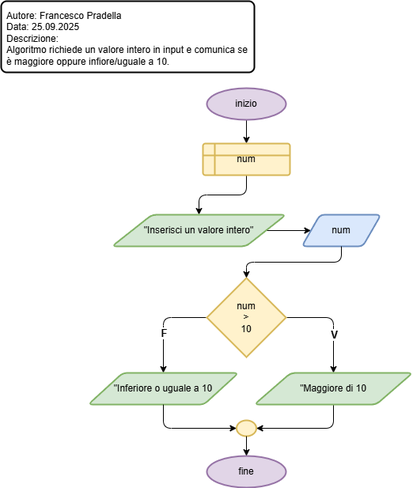
Above: AS_2025_2026/3IA/UD 1 - Flowchart/e3.drawio.png in CescoP81/GalileiOstiglia (draw.io), before the change. Source tidied: cells renumbered, new cells last; positions are measured from the earlier drawing's top-left corner, leaving out a move shared by most shapes. Source of this version:
```xml
<mxGraphModel background="#FFFFFF">
  <root>
    <mxCell id="0" />
    <mxCell id="1" parent="0" />
    <mxCell id="2" value="Autore: Francesco Pradella&lt;div&gt;Data: 25.09.2025&lt;/div&gt;&lt;div&gt;Descrizione:&lt;/div&gt;&lt;div&gt;Algoritmo richiede un valore intero in input e comunica se è maggiore oppure infiore/uguale a 10.&lt;/div&gt;" style="rounded=1;whiteSpace=wrap;html=1;absoluteArcSize=1;arcSize=14;strokeWidth=2;align=left;verticalAlign=top;spacingTop=5;spacingLeft=5;spacingBottom=5;spacingRight=5;" parent="1" vertex="1">
      <mxGeometry width="320" height="90" as="geometry" />
    </mxCell>
    <mxCell id="3" style="edgeStyle=none;html=1;entryX=0.5;entryY=0;entryDx=0;entryDy=0;" parent="1" edge="1" source="4" target="6">
      <mxGeometry relative="1" as="geometry" />
    </mxCell>
    <mxCell id="4" value="inizio" style="strokeWidth=2;html=1;shape=mxgraph.flowchart.start_1;whiteSpace=wrap;fillColor=#e1d5e7;strokeColor=#9673a6;" parent="1" vertex="1">
      <mxGeometry x="260" y="110" width="100" height="40" as="geometry" />
    </mxCell>
    <mxCell id="5" style="edgeStyle=orthogonalEdgeStyle;html=1;exitX=0.5;exitY=1;exitDx=0;exitDy=0;entryX=0.5;entryY=0;entryDx=0;entryDy=0;" parent="1" edge="1" source="6" target="8">
      <mxGeometry relative="1" as="geometry" />
    </mxCell>
    <mxCell id="6" value="num" style="shape=internalStorage;whiteSpace=wrap;html=1;dx=15;dy=15;rounded=1;arcSize=8;strokeWidth=2;fillColor=#fff2cc;strokeColor=#d6b656;" parent="1" vertex="1">
      <mxGeometry x="255" y="180" width="110" height="40" as="geometry" />
    </mxCell>
    <mxCell id="7" style="edgeStyle=none;html=1;exitX=1;exitY=0.5;exitDx=0;exitDy=0;entryX=0;entryY=0.5;entryDx=0;entryDy=0;" parent="1" edge="1" source="8" target="9">
      <mxGeometry relative="1" as="geometry" />
    </mxCell>
    <mxCell id="8" value="&quot;Inserisci un valore intero&quot;" style="shape=parallelogram;html=1;strokeWidth=2;perimeter=parallelogramPerimeter;whiteSpace=wrap;rounded=1;arcSize=12;size=0.23;fillColor=#d5e8d4;strokeColor=#82b366;" parent="1" vertex="1">
      <mxGeometry x="140" y="270" width="220" height="40" as="geometry" />
    </mxCell>
    <mxCell id="9" value="num" style="shape=parallelogram;html=1;strokeWidth=2;perimeter=parallelogramPerimeter;whiteSpace=wrap;rounded=1;arcSize=12;size=0.23;fillColor=#dae8fc;strokeColor=#6c8ebf;" parent="1" vertex="1">
      <mxGeometry x="380" y="270" width="100" height="40" as="geometry" />
    </mxCell>
    <mxCell id="10" style="edgeStyle=orthogonalEdgeStyle;html=1;entryX=0.5;entryY=0;entryDx=0;entryDy=0;exitX=1;exitY=0.5;exitDx=0;exitDy=0;exitPerimeter=0;" parent="1" edge="1" source="14" target="17">
      <mxGeometry relative="1" as="geometry" />
    </mxCell>
    <mxCell id="11" value="&lt;b&gt;&lt;font style=&quot;font-size: 13px;&quot;&gt;V&lt;/font&gt;&lt;/b&gt;" style="edgeLabel;html=1;align=center;verticalAlign=middle;" parent="10" vertex="1">
      <mxGeometry x="0.24" relative="1" as="geometry" />
    </mxCell>
    <mxCell id="12" style="edgeStyle=orthogonalEdgeStyle;html=1;entryX=0.5;entryY=0;entryDx=0;entryDy=0;exitX=0;exitY=0.5;exitDx=0;exitDy=0;exitPerimeter=0;" parent="1" edge="1" source="14" target="18">
      <mxGeometry relative="1" as="geometry" />
    </mxCell>
    <mxCell id="13" value="&lt;b&gt;&lt;font style=&quot;font-size: 13px;&quot;&gt;F&lt;/font&gt;&lt;/b&gt;" style="edgeLabel;html=1;align=center;verticalAlign=middle;" parent="12" vertex="1">
      <mxGeometry x="0.18" relative="1" as="geometry" />
    </mxCell>
    <mxCell id="14" value="num&lt;div&gt;&amp;gt;&lt;/div&gt;&lt;div&gt;10&lt;/div&gt;" style="strokeWidth=2;html=1;shape=mxgraph.flowchart.decision;whiteSpace=wrap;fillColor=#fff2cc;strokeColor=#d6b656;" parent="1" vertex="1">
      <mxGeometry x="260" y="350" width="100" height="100" as="geometry" />
    </mxCell>
    <mxCell id="15" style="edgeStyle=orthogonalEdgeStyle;html=1;exitX=0.5;exitY=1;exitDx=0;exitDy=0;entryX=0.5;entryY=0;entryDx=0;entryDy=0;entryPerimeter=0;" parent="1" edge="1" source="9" target="14">
      <mxGeometry relative="1" as="geometry" />
    </mxCell>
    <mxCell id="16" style="edgeStyle=orthogonalEdgeStyle;html=1;exitX=0.5;exitY=1;exitDx=0;exitDy=0;entryX=1;entryY=0.5;entryDx=0;entryDy=0;entryPerimeter=0;" parent="1" edge="1" source="17" target="21">
      <mxGeometry relative="1" as="geometry" />
    </mxCell>
    <mxCell id="17" value="&quot;Maggiore di 10" style="shape=parallelogram;html=1;strokeWidth=2;perimeter=parallelogramPerimeter;whiteSpace=wrap;rounded=1;arcSize=12;size=0.23;fillColor=#d5e8d4;strokeColor=#82b366;" parent="1" vertex="1">
      <mxGeometry x="320" y="470" width="200" height="40" as="geometry" />
    </mxCell>
    <mxCell id="18" value="&quot;Inferiore o uguale a 10" style="shape=parallelogram;html=1;strokeWidth=2;perimeter=parallelogramPerimeter;whiteSpace=wrap;rounded=1;arcSize=12;size=0.23;fillColor=#d5e8d4;strokeColor=#82b366;" parent="1" vertex="1">
      <mxGeometry x="110" y="470" width="190" height="40" as="geometry" />
    </mxCell>
    <mxCell id="19" value="fine" style="strokeWidth=2;html=1;shape=mxgraph.flowchart.start_1;whiteSpace=wrap;fillColor=#e1d5e7;strokeColor=#9673a6;" parent="1" vertex="1">
      <mxGeometry x="260" y="575" width="100" height="40" as="geometry" />
    </mxCell>
    <mxCell id="20" style="edgeStyle=orthogonalEdgeStyle;html=1;exitX=0.5;exitY=1;exitDx=0;exitDy=0;entryX=0;entryY=0.5;entryDx=0;entryDy=0;entryPerimeter=0;" parent="1" edge="1" source="18" target="21">
      <mxGeometry relative="1" as="geometry" />
    </mxCell>
    <mxCell id="21" style="strokeWidth=2;html=1;shape=mxgraph.flowchart.start_2;whiteSpace=wrap;fillColor=#fff2cc;strokeColor=#d6b656;" parent="1" vertex="1">
      <mxGeometry x="297.5" y="530" width="25" height="20" as="geometry" />
    </mxCell>
    <mxCell id="22" style="edgeStyle=none;html=1;entryX=0.5;entryY=0;entryDx=0;entryDy=0;entryPerimeter=0;" parent="1" edge="1" source="21" target="19">
      <mxGeometry relative="1" as="geometry" />
    </mxCell>
  </root>
</mxGraphModel>
```
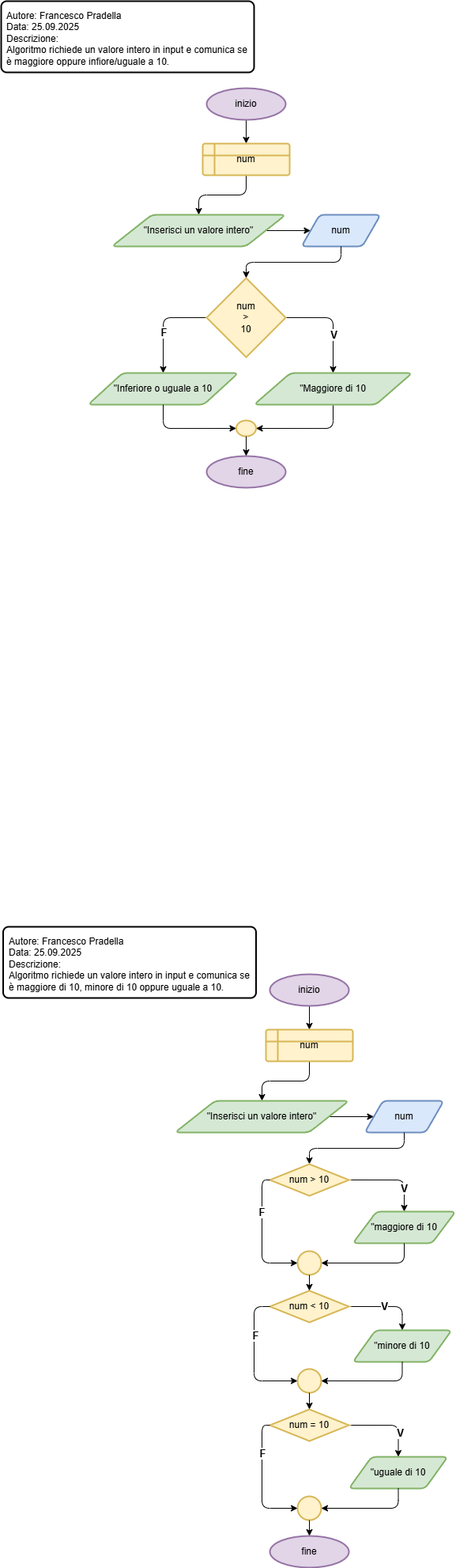
After the change.

Change to the diagram source:
```diff
@@ -65,5 +65,121 @@
     <mxCell id="22" style="edgeStyle=none;html=1;entryX=0.5;entryY=0;entryDx=0;entryDy=0;entryPerimeter=0;" parent="1" edge="1" source="21" target="19">
       <mxGeometry relative="1" as="geometry" />
     </mxCell>
+    <mxCell id="23" value="Autore: Francesco Pradella&lt;div&gt;Data: 25.09.2025&lt;/div&gt;&lt;div&gt;Descrizione:&lt;/div&gt;&lt;div&gt;Algoritmo richiede un valore intero in input e comunica se è maggiore di 10, minore di 10 oppure uguale a 10.&lt;/div&gt;" style="rounded=1;whiteSpace=wrap;html=1;absoluteArcSize=1;arcSize=14;strokeWidth=2;align=left;verticalAlign=top;spacingTop=5;spacingLeft=5;spacingBottom=5;spacingRight=5;" parent="1" vertex="1">
+      <mxGeometry x="2.5" y="1170" width="320" height="90" as="geometry" />
+    </mxCell>
+    <mxCell id="24" style="edgeStyle=none;html=1;entryX=0.5;entryY=0;entryDx=0;entryDy=0;" parent="1" edge="1" source="25" target="27">
+      <mxGeometry relative="1" as="geometry" />
+    </mxCell>
+    <mxCell id="25" value="inizio" style="strokeWidth=2;html=1;shape=mxgraph.flowchart.start_1;whiteSpace=wrap;fillColor=#e1d5e7;strokeColor=#9673a6;" parent="1" vertex="1">
+      <mxGeometry x="340" y="1230" width="100" height="40" as="geometry" />
+    </mxCell>
+    <mxCell id="26" style="edgeStyle=orthogonalEdgeStyle;html=1;exitX=0.5;exitY=1;exitDx=0;exitDy=0;entryX=0.5;entryY=0;entryDx=0;entryDy=0;" parent="1" edge="1" source="27" target="29">
+      <mxGeometry relative="1" as="geometry" />
+    </mxCell>
+    <mxCell id="27" value="num" style="shape=internalStorage;whiteSpace=wrap;html=1;dx=15;dy=15;rounded=1;arcSize=8;strokeWidth=2;fillColor=#fff2cc;strokeColor=#d6b656;" parent="1" vertex="1">
+      <mxGeometry x="335" y="1300" width="110" height="40" as="geometry" />
+    </mxCell>
+    <mxCell id="28" style="edgeStyle=none;html=1;exitX=1;exitY=0.5;exitDx=0;exitDy=0;entryX=0;entryY=0.5;entryDx=0;entryDy=0;" parent="1" edge="1" source="29" target="30">
+      <mxGeometry relative="1" as="geometry" />
+    </mxCell>
+    <mxCell id="29" value="&quot;Inserisci un valore intero&quot;" style="shape=parallelogram;html=1;strokeWidth=2;perimeter=parallelogramPerimeter;whiteSpace=wrap;rounded=1;arcSize=12;size=0.23;fillColor=#d5e8d4;strokeColor=#82b366;" parent="1" vertex="1">
+      <mxGeometry x="220" y="1390" width="220" height="40" as="geometry" />
+    </mxCell>
+    <mxCell id="30" value="num" style="shape=parallelogram;html=1;strokeWidth=2;perimeter=parallelogramPerimeter;whiteSpace=wrap;rounded=1;arcSize=12;size=0.23;fillColor=#dae8fc;strokeColor=#6c8ebf;" parent="1" vertex="1">
+      <mxGeometry x="460" y="1390" width="100" height="40" as="geometry" />
+    </mxCell>
+    <mxCell id="31" style="edgeStyle=orthogonalEdgeStyle;html=1;exitX=0.5;exitY=1;exitDx=0;exitDy=0;entryX=0.5;entryY=0;entryDx=0;entryDy=0;entryPerimeter=0;" parent="1" edge="1" source="30" target="34">
+      <mxGeometry relative="1" as="geometry" />
+    </mxCell>
+    <mxCell id="32" style="edgeStyle=orthogonalEdgeStyle;html=1;exitX=1;exitY=0.5;exitDx=0;exitDy=0;exitPerimeter=0;entryX=0.5;entryY=0;entryDx=0;entryDy=0;" parent="1" edge="1" source="34" target="35">
+      <mxGeometry relative="1" as="geometry" />
+    </mxCell>
+    <mxCell id="33" value="&lt;b&gt;&lt;font style=&quot;font-size: 13px;&quot;&gt;V&lt;/font&gt;&lt;/b&gt;" style="edgeLabel;html=1;align=center;verticalAlign=middle;" parent="32" vertex="1">
+      <mxGeometry x="0.47" y="-1" relative="1" as="geometry" />
+    </mxCell>
+    <mxCell id="34" value="num &amp;gt; 10" style="strokeWidth=2;html=1;shape=mxgraph.flowchart.decision;whiteSpace=wrap;fillColor=#fff2cc;strokeColor=#d6b656;" parent="1" vertex="1">
+      <mxGeometry x="340" y="1470" width="100" height="40" as="geometry" />
+    </mxCell>
+    <mxCell id="35" value="&quot;maggiore di 10" style="shape=parallelogram;html=1;strokeWidth=2;perimeter=parallelogramPerimeter;whiteSpace=wrap;rounded=1;arcSize=12;size=0.23;fillColor=#d5e8d4;strokeColor=#82b366;" parent="1" vertex="1">
+      <mxGeometry x="445" y="1530" width="130" height="40" as="geometry" />
+    </mxCell>
+    <mxCell id="36" style="strokeWidth=2;html=1;shape=mxgraph.flowchart.start_2;whiteSpace=wrap;fillColor=#fff2cc;strokeColor=#d6b656;" parent="1" vertex="1">
+      <mxGeometry x="375" y="1580" width="30" height="30" as="geometry" />
+    </mxCell>
+    <mxCell id="37" style="edgeStyle=orthogonalEdgeStyle;html=1;entryX=1;entryY=0.5;entryDx=0;entryDy=0;entryPerimeter=0;exitX=0.5;exitY=1;exitDx=0;exitDy=0;" parent="1" edge="1" source="35" target="36">
+      <mxGeometry relative="1" as="geometry" />
+    </mxCell>
+    <mxCell id="38" style="edgeStyle=orthogonalEdgeStyle;html=1;entryX=0;entryY=0.5;entryDx=0;entryDy=0;entryPerimeter=0;exitX=0;exitY=0.5;exitDx=0;exitDy=0;exitPerimeter=0;" parent="1" edge="1" source="34" target="36">
+      <mxGeometry relative="1" as="geometry" />
+    </mxCell>
+    <mxCell id="39" value="&lt;b&gt;&lt;font style=&quot;font-size: 13px;&quot;&gt;F&lt;/font&gt;&lt;/b&gt;" style="edgeLabel;html=1;align=center;verticalAlign=middle;" parent="38" vertex="1">
+      <mxGeometry x="-0.37" y="-1" relative="1" as="geometry" />
+    </mxCell>
+    <mxCell id="40" style="edgeStyle=orthogonalEdgeStyle;html=1;entryX=0.5;entryY=0;entryDx=0;entryDy=0;exitX=1;exitY=0.5;exitDx=0;exitDy=0;exitPerimeter=0;" parent="1" edge="1" source="42" target="44">
+      <mxGeometry relative="1" as="geometry" />
+    </mxCell>
+    <mxCell id="41" value="&lt;font style=&quot;font-size: 13px;&quot;&gt;&lt;b&gt;V&lt;/b&gt;&lt;/font&gt;" style="edgeLabel;html=1;align=center;verticalAlign=middle;" parent="40" vertex="1">
+      <mxGeometry x="-0.11" y="1" relative="1" as="geometry" />
+    </mxCell>
+    <mxCell id="42" value="num &amp;lt; 10" style="strokeWidth=2;html=1;shape=mxgraph.flowchart.decision;whiteSpace=wrap;fillColor=#fff2cc;strokeColor=#d6b656;" parent="1" vertex="1">
+      <mxGeometry x="340" y="1630" width="100" height="40" as="geometry" />
+    </mxCell>
+    <mxCell id="43" style="edgeStyle=none;html=1;exitX=0.5;exitY=1;exitDx=0;exitDy=0;exitPerimeter=0;entryX=0.5;entryY=0;entryDx=0;entryDy=0;entryPerimeter=0;" parent="1" edge="1" source="36" target="42">
+      <mxGeometry relative="1" as="geometry" />
+    </mxCell>
+    <mxCell id="44" value="&quot;minore di 10" style="shape=parallelogram;html=1;strokeWidth=2;perimeter=parallelogramPerimeter;whiteSpace=wrap;rounded=1;arcSize=12;size=0.23;fillColor=#d5e8d4;strokeColor=#82b366;" parent="1" vertex="1">
+      <mxGeometry x="445" y="1680" width="125" height="40" as="geometry" />
+    </mxCell>
+    <mxCell id="45" style="strokeWidth=2;html=1;shape=mxgraph.flowchart.start_2;whiteSpace=wrap;fillColor=#fff2cc;strokeColor=#d6b656;" parent="1" vertex="1">
+      <mxGeometry x="375" y="1729" width="30" height="30" as="geometry" />
+    </mxCell>
+    <mxCell id="46" style="edgeStyle=orthogonalEdgeStyle;html=1;exitX=0.5;exitY=1;exitDx=0;exitDy=0;entryX=1;entryY=0.5;entryDx=0;entryDy=0;entryPerimeter=0;" parent="1" edge="1" source="44" target="45">
+      <mxGeometry relative="1" as="geometry" />
+    </mxCell>
+    <mxCell id="47" style="edgeStyle=orthogonalEdgeStyle;html=1;entryX=0;entryY=0.5;entryDx=0;entryDy=0;entryPerimeter=0;exitX=0;exitY=0.5;exitDx=0;exitDy=0;exitPerimeter=0;" parent="1" edge="1" source="42" target="45">
+      <mxGeometry relative="1" as="geometry">
+        <Array as="points">
+          <mxPoint x="320" y="1650" />
+          <mxPoint x="320" y="1744" />
+        </Array>
+      </mxGeometry>
+    </mxCell>
+    <mxCell id="48" value="&lt;font style=&quot;font-size: 13px;&quot;&gt;&lt;b&gt;F&lt;/b&gt;&lt;/font&gt;" style="edgeLabel;html=1;align=center;verticalAlign=middle;" parent="47" vertex="1">
+      <mxGeometry x="-0.34" y="1" relative="1" as="geometry" />
+    </mxCell>
+    <mxCell id="49" style="edgeStyle=orthogonalEdgeStyle;html=1;entryX=0.5;entryY=0;entryDx=0;entryDy=0;exitX=1;exitY=0.5;exitDx=0;exitDy=0;exitPerimeter=0;" parent="1" edge="1" source="51" target="53">
+      <mxGeometry relative="1" as="geometry" />
+    </mxCell>
+    <mxCell id="50" value="&lt;font style=&quot;font-size: 13px;&quot;&gt;&lt;b&gt;V&lt;/b&gt;&lt;/font&gt;" style="edgeLabel;html=1;align=center;verticalAlign=middle;" parent="49" vertex="1">
+      <mxGeometry x="0.42" y="2" relative="1" as="geometry" />
+    </mxCell>
+    <mxCell id="51" value="num = 10" style="strokeWidth=2;html=1;shape=mxgraph.flowchart.decision;whiteSpace=wrap;fillColor=#fff2cc;strokeColor=#d6b656;" parent="1" vertex="1">
+      <mxGeometry x="340" y="1780" width="100" height="40" as="geometry" />
+    </mxCell>
+    <mxCell id="52" style="edgeStyle=none;html=1;exitX=0.5;exitY=1;exitDx=0;exitDy=0;exitPerimeter=0;entryX=0.5;entryY=0;entryDx=0;entryDy=0;entryPerimeter=0;" parent="1" edge="1" source="45" target="51">
+      <mxGeometry relative="1" as="geometry" />
+    </mxCell>
+    <mxCell id="53" value="&quot;uguale di 10" style="shape=parallelogram;html=1;strokeWidth=2;perimeter=parallelogramPerimeter;whiteSpace=wrap;rounded=1;arcSize=12;size=0.23;fillColor=#d5e8d4;strokeColor=#82b366;" parent="1" vertex="1">
+      <mxGeometry x="440" y="1840" width="125" height="40" as="geometry" />
+    </mxCell>
+    <mxCell id="54" style="strokeWidth=2;html=1;shape=mxgraph.flowchart.start_2;whiteSpace=wrap;fillColor=#fff2cc;strokeColor=#d6b656;" parent="1" vertex="1">
+      <mxGeometry x="375" y="1890" width="30" height="30" as="geometry" />
+    </mxCell>
+    <mxCell id="55" style="edgeStyle=orthogonalEdgeStyle;html=1;exitX=0.5;exitY=1;exitDx=0;exitDy=0;entryX=1;entryY=0.5;entryDx=0;entryDy=0;entryPerimeter=0;" parent="1" edge="1" source="53" target="54">
+      <mxGeometry relative="1" as="geometry" />
+    </mxCell>
+    <mxCell id="56" style="edgeStyle=orthogonalEdgeStyle;html=1;exitX=0;exitY=0.5;exitDx=0;exitDy=0;exitPerimeter=0;entryX=0;entryY=0.5;entryDx=0;entryDy=0;entryPerimeter=0;" parent="1" edge="1" source="51" target="54">
+      <mxGeometry relative="1" as="geometry" />
+    </mxCell>
+    <mxCell id="57" value="&lt;font style=&quot;font-size: 13px;&quot;&gt;&lt;b&gt;F&lt;/b&gt;&lt;/font&gt;" style="edgeLabel;html=1;align=center;verticalAlign=middle;" parent="56" vertex="1">
+      <mxGeometry x="-0.44" relative="1" as="geometry" />
+    </mxCell>
+    <mxCell id="58" value="fine" style="strokeWidth=2;html=1;shape=mxgraph.flowchart.start_1;whiteSpace=wrap;fillColor=#e1d5e7;strokeColor=#9673a6;" parent="1" vertex="1">
+      <mxGeometry x="340" y="1940" width="100" height="40" as="geometry" />
+    </mxCell>
+    <mxCell id="59" style="edgeStyle=none;html=1;exitX=0.5;exitY=1;exitDx=0;exitDy=0;exitPerimeter=0;entryX=0.5;entryY=0;entryDx=0;entryDy=0;entryPerimeter=0;" parent="1" edge="1" source="54" target="58">
+      <mxGeometry relative="1" as="geometry" />
+    </mxCell>
   </root>
 </mxGraphModel>
```
